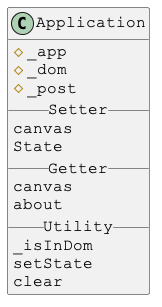
Earlier version of the PlantUML export docs/PlantUml/images/Application.png (Justin-Byrne/canvasLab).
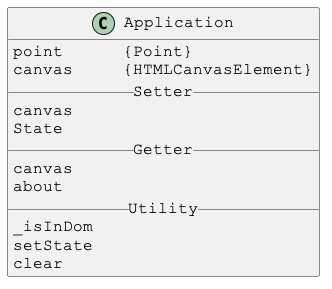
The same file after the commit.

The edit, as a diff of the source:
```diff
@@ -4,9 +4,8 @@
 skinparam DefaultFontName Courier New
 
 class Application {
-#_app
-#_dom
-#_post
+point      {Point}
+canvas     {HTMLCanvasElement}
 __ Setter __
 canvas
 State
```
